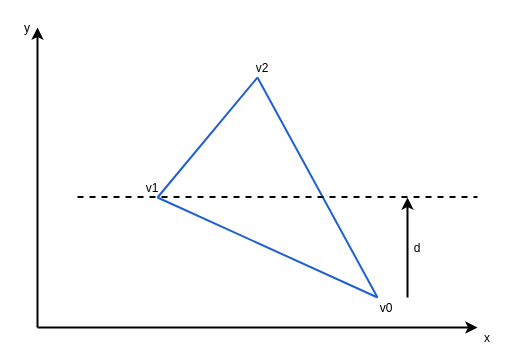
Before: doc/figure01.drawio in sumikawa/mypolygon, a draw.io diagram. Source tidied: cells renumbered, new cells numbered last; positions are measured from the earlier drawing's top-left corner, leaving out a move shared by most shapes. Both pictures are drawn from the tidied source at 100%, with x=0, y=0 at pixel (17, 17).
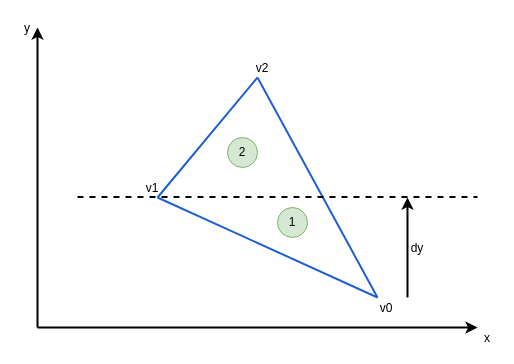
Above is the later version.

Change to the diagram source:
```diff
@@
-    <mxCell id="10" value="d" style="fillColor=none;strokeColor=none;" parent="1" vertex="1">
+    <mxCell id="10" value="dy" style="fillColor=none;strokeColor=none;" parent="1" vertex="1">
       <mxGeometry x="390" y="220" width="20" height="20" as="geometry" />
     </mxCell>
@@
+    <mxCell id="15" value="1" style="ellipse;whiteSpace=wrap;html=1;fillColor=#d5e8d4;strokeColor=#82b366;" parent="1" vertex="1">
+      <mxGeometry x="260" y="190" width="30" height="30" as="geometry" />
+    </mxCell>
+    <mxCell id="16" value="2" style="ellipse;whiteSpace=wrap;html=1;fillColor=#d5e8d4;strokeColor=#82b366;" parent="1" vertex="1">
+      <mxGeometry x="210" y="120" width="30" height="30" as="geometry" />
+    </mxCell>
```
